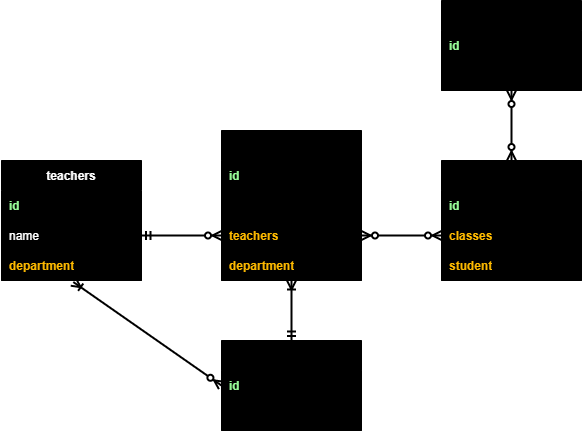
Above: Week_8/sqool_activity/schema.drawio.png in justinthelaw/ussf-sdi (draw.io), before the change. Source tidied: cells renumbered, new cells last; positions are measured from the earlier drawing's top-left corner, leaving out a move shared by most shapes.
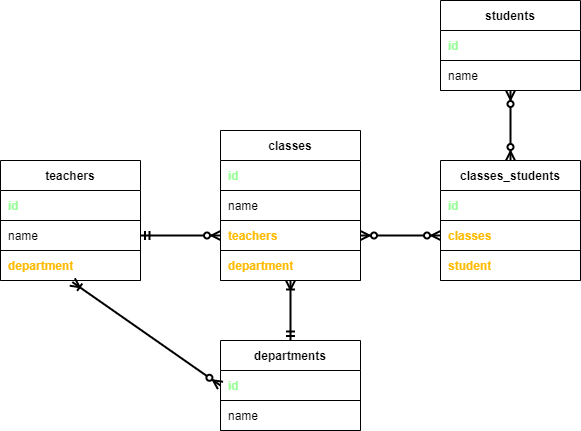
Later version of the same file.

Commit message:
Modified sqool schema

What changed in the source:
```diff
@@ -7,40 +7,40 @@
         <mxPoint x="540" y="90" as="sourcePoint" />
       </mxGeometry>
     </mxCell>
-    <mxCell id="3" value="departments" style="shape=table;html=1;whiteSpace=wrap;startSize=30;rowLines=0;fontStyle=1;align=center;fillColor=#000000;" parent="1" vertex="1">
+    <mxCell id="3" value="departments" style="shape=table;html=1;whiteSpace=wrap;startSize=30;rowLines=0;fontStyle=1;align=center;" parent="1" vertex="1">
       <mxGeometry x="250" y="340" width="140" height="90" as="geometry" />
     </mxCell>
     <mxCell id="4" style="shape=partialRectangle;html=1;whiteSpace=wrap;fillColor=none;top=0;left=0;bottom=1;right=0;points=[[0,0.5],[1,0.5]];portConstraint=eastwest;" parent="3" vertex="1">
       <mxGeometry y="30" width="140" height="30" as="geometry" />
     </mxCell>
-    <mxCell id="5" value="&lt;b&gt;id&lt;/b&gt;" style="shape=partialRectangle;html=1;whiteSpace=wrap;top=0;left=0;bottom=0;right=0;align=left;spacingLeft=6;overflow=hidden;fontColor=#99FF99;fillColor=#000000;strokeColor=#FFFFFF;" parent="4" vertex="1">
+    <mxCell id="5" value="&lt;b&gt;id&lt;/b&gt;" style="shape=partialRectangle;html=1;whiteSpace=wrap;fillColor=none;top=0;left=0;bottom=0;right=0;align=left;spacingLeft=6;overflow=hidden;fontColor=#99FF99;" parent="4" vertex="1">
       <mxGeometry width="140" height="30" as="geometry" />
     </mxCell>
     <mxCell id="6" style="shape=partialRectangle;html=1;whiteSpace=wrap;fillColor=none;top=0;left=0;bottom=1;right=0;" parent="3" vertex="1">
       <mxGeometry y="60" width="140" height="30" as="geometry" />
     </mxCell>
-    <mxCell id="7" value="name" style="shape=partialRectangle;html=1;whiteSpace=wrap;top=0;left=0;bottom=0;right=0;align=left;spacingLeft=6;overflow=hidden;fillColor=#000000;strokeColor=#FFFFFF;" parent="6" vertex="1">
+    <mxCell id="7" value="name" style="shape=partialRectangle;html=1;whiteSpace=wrap;fillColor=none;top=0;left=0;bottom=0;right=0;align=left;spacingLeft=6;overflow=hidden;" parent="6" vertex="1">
       <mxGeometry width="140" height="30" as="geometry" />
     </mxCell>
-    <mxCell id="8" value="&lt;font color=&quot;#ffffff&quot;&gt;teachers&lt;/font&gt;" style="shape=table;html=1;whiteSpace=wrap;startSize=30;rowLines=0;fontStyle=1;align=center;fillColor=#000000;swimlaneFillColor=#ffffff;" parent="1" vertex="1">
+    <mxCell id="8" value="teachers" style="shape=table;html=1;whiteSpace=wrap;startSize=30;rowLines=0;fontStyle=1;align=center;" parent="1" vertex="1">
       <mxGeometry x="30" y="160" width="140" height="120" as="geometry" />
     </mxCell>
     <mxCell id="9" style="shape=partialRectangle;html=1;whiteSpace=wrap;fillColor=none;top=0;left=0;bottom=1;right=0;" parent="8" vertex="1">
       <mxGeometry y="30" width="140" height="30" as="geometry" />
     </mxCell>
-    <mxCell id="10" value="&lt;b&gt;id&lt;/b&gt;" style="shape=partialRectangle;html=1;whiteSpace=wrap;top=0;left=0;bottom=0;right=0;align=left;spacingLeft=6;overflow=hidden;fontColor=#99FF99;fillColor=#000000;strokeColor=#FFFFFF;labelBorderColor=none;strokeWidth=3;" parent="9" vertex="1">
+    <mxCell id="10" value="&lt;b&gt;id&lt;/b&gt;" style="shape=partialRectangle;html=1;whiteSpace=wrap;fillColor=none;top=0;left=0;bottom=0;right=0;align=left;spacingLeft=6;overflow=hidden;fontColor=#99FF99;" parent="9" vertex="1">
       <mxGeometry width="140" height="30" as="geometry" />
     </mxCell>
     <mxCell id="11" style="shape=partialRectangle;html=1;whiteSpace=wrap;fillColor=none;top=0;left=0;bottom=1;right=0;points=[[0,0.5],[1,0.5]];portConstraint=eastwest;fontColor=#FFBB00;" parent="8" vertex="1">
       <mxGeometry y="60" width="140" height="30" as="geometry" />
     </mxCell>
-    <mxCell id="12" value="name" style="shape=partialRectangle;html=1;whiteSpace=wrap;top=0;left=0;bottom=0;right=0;align=left;spacingLeft=6;overflow=hidden;fillColor=#000000;strokeColor=#FFFFFF;labelBorderColor=none;strokeWidth=3;fontColor=#FFFFFF;" parent="11" vertex="1">
+    <mxCell id="12" value="name" style="shape=partialRectangle;html=1;whiteSpace=wrap;fillColor=none;top=0;left=0;bottom=0;right=0;align=left;spacingLeft=6;overflow=hidden;" parent="11" vertex="1">
       <mxGeometry width="140" height="30" as="geometry" />
     </mxCell>
     <mxCell id="13" style="shape=partialRectangle;html=1;whiteSpace=wrap;fillColor=none;top=0;left=0;bottom=1;right=0;points=[[0,0.5],[1,0.5]];portConstraint=eastwest;" parent="8" vertex="1">
       <mxGeometry y="90" width="140" height="30" as="geometry" />
     </mxCell>
-    <mxCell id="14" value="&lt;b&gt;&lt;font color=&quot;#ffbb00&quot;&gt;department&lt;/font&gt;&lt;/b&gt;" style="shape=partialRectangle;html=1;whiteSpace=wrap;top=0;left=0;bottom=0;right=0;align=left;spacingLeft=6;overflow=hidden;fillColor=#000000;strokeColor=#FFFFFF;labelBorderColor=none;strokeWidth=3;" parent="13" vertex="1">
+    <mxCell id="14" value="&lt;b&gt;&lt;font color=&quot;#ffbb00&quot;&gt;department&lt;/font&gt;&lt;/b&gt;" style="shape=partialRectangle;html=1;whiteSpace=wrap;fillColor=none;top=0;left=0;bottom=0;right=0;align=left;spacingLeft=6;overflow=hidden;" parent="13" vertex="1">
       <mxGeometry width="140" height="30" as="geometry" />
     </mxCell>
     <mxCell id="15" style="endArrow=ERoneToMany;html=1;startArrow=ERzeroToMany;startFill=1;endFill=0;jumpSize=7;strokeWidth=2;exitX=0;exitY=0.5;exitDx=0;exitDy=0;entryX=0.513;entryY=1.051;entryDx=0;entryDy=0;entryPerimeter=0;" parent="1" edge="1" source="4" target="13">
@@ -51,67 +51,67 @@
         <mxPoint y="280" as="sourcePoint" />
       </mxGeometry>
     </mxCell>
-    <mxCell id="17" value="classes" style="shape=table;html=1;whiteSpace=wrap;startSize=30;rowLines=0;fontStyle=1;align=center;fillColor=#000000;" parent="1" vertex="1">
+    <mxCell id="17" value="classes" style="shape=table;html=1;whiteSpace=wrap;startSize=30;rowLines=0;fontStyle=1;align=center;" parent="1" vertex="1">
       <mxGeometry x="250" y="130" width="140" height="150" as="geometry" />
     </mxCell>
     <mxCell id="18" style="shape=partialRectangle;html=1;whiteSpace=wrap;fillColor=none;top=0;left=0;bottom=1;right=0;" parent="17" vertex="1">
       <mxGeometry y="30" width="140" height="30" as="geometry" />
     </mxCell>
-    <mxCell id="19" value="&lt;b&gt;id&lt;/b&gt;" style="shape=partialRectangle;html=1;whiteSpace=wrap;top=0;left=0;bottom=0;right=0;align=left;spacingLeft=6;overflow=hidden;fontColor=#99FF99;fillColor=#000000;" parent="18" vertex="1">
+    <mxCell id="19" value="&lt;b&gt;id&lt;/b&gt;" style="shape=partialRectangle;html=1;whiteSpace=wrap;fillColor=none;top=0;left=0;bottom=0;right=0;align=left;spacingLeft=6;overflow=hidden;fontColor=#99FF99;" parent="18" vertex="1">
       <mxGeometry width="140" height="30" as="geometry" />
     </mxCell>
     <mxCell id="20" style="shape=partialRectangle;html=1;whiteSpace=wrap;fillColor=none;top=0;left=0;bottom=1;right=0;" parent="17" vertex="1">
       <mxGeometry y="60" width="140" height="30" as="geometry" />
     </mxCell>
-    <mxCell id="21" value="name" style="shape=partialRectangle;html=1;whiteSpace=wrap;top=0;left=0;bottom=0;right=0;align=left;spacingLeft=6;overflow=hidden;fillColor=#000000;" parent="20" vertex="1">
+    <mxCell id="21" value="name" style="shape=partialRectangle;html=1;whiteSpace=wrap;fillColor=none;top=0;left=0;bottom=0;right=0;align=left;spacingLeft=6;overflow=hidden;" parent="20" vertex="1">
       <mxGeometry width="140" height="30" as="geometry" />
     </mxCell>
     <mxCell id="22" style="shape=partialRectangle;html=1;whiteSpace=wrap;fillColor=none;top=0;left=0;bottom=1;right=0;points=[[0,0.5],[1,0.5]];portConstraint=eastwest;" parent="17" vertex="1">
       <mxGeometry y="90" width="140" height="30" as="geometry" />
     </mxCell>
-    <mxCell id="23" value="&lt;b&gt;&lt;font color=&quot;#ffbb00&quot;&gt;teachers&lt;/font&gt;&lt;/b&gt;" style="shape=partialRectangle;html=1;whiteSpace=wrap;top=0;left=0;bottom=0;right=0;align=left;spacingLeft=6;overflow=hidden;fillColor=#000000;" parent="22" vertex="1">
+    <mxCell id="23" value="&lt;b&gt;&lt;font color=&quot;#ffbb00&quot;&gt;teachers&lt;/font&gt;&lt;/b&gt;" style="shape=partialRectangle;html=1;whiteSpace=wrap;fillColor=none;top=0;left=0;bottom=0;right=0;align=left;spacingLeft=6;overflow=hidden;" parent="22" vertex="1">
       <mxGeometry width="140" height="30" as="geometry" />
     </mxCell>
     <mxCell id="24" style="shape=partialRectangle;html=1;whiteSpace=wrap;fillColor=none;top=0;left=0;bottom=1;right=0;" parent="17" vertex="1">
       <mxGeometry y="120" width="140" height="30" as="geometry" />
     </mxCell>
-    <mxCell id="25" value="&lt;b&gt;&lt;font color=&quot;#ffbb00&quot;&gt;department&lt;/font&gt;&lt;/b&gt;" style="shape=partialRectangle;html=1;whiteSpace=wrap;top=0;left=0;bottom=0;right=0;align=left;spacingLeft=6;overflow=hidden;fillColor=#000000;" parent="24" vertex="1">
+    <mxCell id="25" value="&lt;b&gt;&lt;font color=&quot;#ffbb00&quot;&gt;department&lt;/font&gt;&lt;/b&gt;" style="shape=partialRectangle;html=1;whiteSpace=wrap;fillColor=none;top=0;left=0;bottom=0;right=0;align=left;spacingLeft=6;overflow=hidden;" parent="24" vertex="1">
       <mxGeometry width="140" height="30" as="geometry" />
     </mxCell>
-    <mxCell id="26" value="students" style="shape=table;html=1;whiteSpace=wrap;startSize=30;rowLines=0;fontStyle=1;align=center;fillColor=#000000;" parent="1" vertex="1">
+    <mxCell id="26" value="students" style="shape=table;html=1;whiteSpace=wrap;startSize=30;rowLines=0;fontStyle=1;align=center;" parent="1" vertex="1">
       <mxGeometry x="470" width="140" height="90" as="geometry" />
     </mxCell>
     <mxCell id="27" style="shape=partialRectangle;html=1;whiteSpace=wrap;fillColor=none;top=0;left=0;bottom=1;right=0;" parent="26" vertex="1">
       <mxGeometry y="30" width="140" height="30" as="geometry" />
     </mxCell>
-    <mxCell id="28" value="&lt;b&gt;&lt;font color=&quot;#99ff99&quot;&gt;id&lt;/font&gt;&lt;/b&gt;" style="shape=partialRectangle;html=1;whiteSpace=wrap;top=0;left=0;bottom=0;right=0;align=left;spacingLeft=6;overflow=hidden;strokeColor=#FFFFFF;fillColor=#000000;" parent="27" vertex="1">
+    <mxCell id="28" value="&lt;b&gt;&lt;font color=&quot;#99ff99&quot;&gt;id&lt;/font&gt;&lt;/b&gt;" style="shape=partialRectangle;html=1;whiteSpace=wrap;fillColor=none;top=0;left=0;bottom=0;right=0;align=left;spacingLeft=6;overflow=hidden;" parent="27" vertex="1">
       <mxGeometry width="140" height="30" as="geometry" />
     </mxCell>
     <mxCell id="29" style="shape=partialRectangle;html=1;whiteSpace=wrap;fillColor=none;top=0;left=0;bottom=1;right=0;" parent="26" vertex="1">
       <mxGeometry y="60" width="140" height="30" as="geometry" />
     </mxCell>
-    <mxCell id="30" value="name" style="shape=partialRectangle;html=1;whiteSpace=wrap;top=0;left=0;bottom=0;right=0;align=left;spacingLeft=6;overflow=hidden;strokeColor=#FFFFFF;fillColor=#000000;" parent="29" vertex="1">
+    <mxCell id="30" value="name" style="shape=partialRectangle;html=1;whiteSpace=wrap;fillColor=none;top=0;left=0;bottom=0;right=0;align=left;spacingLeft=6;overflow=hidden;" parent="29" vertex="1">
       <mxGeometry width="140" height="30" as="geometry" />
     </mxCell>
-    <mxCell id="31" value="classes_students" style="shape=table;html=1;whiteSpace=wrap;startSize=30;rowLines=0;fontStyle=1;align=center;fillColor=#000000;strokeWidth=1;" parent="1" vertex="1">
+    <mxCell id="31" value="classes_students" style="shape=table;html=1;whiteSpace=wrap;startSize=30;rowLines=0;fontStyle=1;align=center;" parent="1" vertex="1">
       <mxGeometry x="470" y="160" width="140" height="120" as="geometry" />
     </mxCell>
     <mxCell id="32" style="shape=partialRectangle;html=1;whiteSpace=wrap;fillColor=none;top=0;left=0;bottom=1;right=0;" parent="31" vertex="1">
       <mxGeometry y="30" width="140" height="30" as="geometry" />
     </mxCell>
-    <mxCell id="33" value="&lt;b&gt;id&lt;/b&gt;" style="shape=partialRectangle;html=1;whiteSpace=wrap;top=0;left=0;bottom=0;right=0;align=left;spacingLeft=6;overflow=hidden;fontColor=#99FF99;fillColor=#000000;strokeWidth=1;" parent="32" vertex="1">
+    <mxCell id="33" value="&lt;b&gt;id&lt;/b&gt;" style="shape=partialRectangle;html=1;whiteSpace=wrap;fillColor=none;top=0;left=0;bottom=0;right=0;align=left;spacingLeft=6;overflow=hidden;fontColor=#99FF99;" parent="32" vertex="1">
       <mxGeometry width="140" height="30" as="geometry" />
     </mxCell>
     <mxCell id="34" style="shape=partialRectangle;html=1;whiteSpace=wrap;fillColor=none;top=0;left=0;bottom=1;right=0;points=[[0,0.5],[1,0.5]];portConstraint=eastwest;" parent="31" vertex="1">
       <mxGeometry y="60" width="140" height="30" as="geometry" />
     </mxCell>
-    <mxCell id="35" value="&lt;b&gt;&lt;font color=&quot;#ffbb00&quot;&gt;classes&lt;/font&gt;&lt;/b&gt;" style="shape=partialRectangle;html=1;whiteSpace=wrap;top=0;left=0;bottom=0;right=0;align=left;spacingLeft=6;overflow=hidden;fillColor=#000000;" parent="34" vertex="1">
+    <mxCell id="35" value="&lt;b&gt;&lt;font color=&quot;#ffbb00&quot;&gt;classes&lt;/font&gt;&lt;/b&gt;" style="shape=partialRectangle;html=1;whiteSpace=wrap;fillColor=none;top=0;left=0;bottom=0;right=0;align=left;spacingLeft=6;overflow=hidden;" parent="34" vertex="1">
       <mxGeometry width="140" height="30" as="geometry" />
     </mxCell>
     <mxCell id="36" style="shape=partialRectangle;html=1;whiteSpace=wrap;fillColor=none;top=0;left=0;bottom=1;right=0;" parent="31" vertex="1">
       <mxGeometry y="90" width="140" height="30" as="geometry" />
     </mxCell>
-    <mxCell id="37" value="&lt;font color=&quot;#ffbb00&quot;&gt;&lt;b&gt;student&lt;/b&gt;&lt;/font&gt;" style="shape=partialRectangle;html=1;whiteSpace=wrap;top=0;left=0;bottom=0;right=0;align=left;spacingLeft=6;overflow=hidden;fillColor=#000000;" parent="36" vertex="1">
+    <mxCell id="37" value="&lt;font color=&quot;#ffbb00&quot;&gt;&lt;b&gt;student&lt;/b&gt;&lt;/font&gt;" style="shape=partialRectangle;html=1;whiteSpace=wrap;fillColor=none;top=0;left=0;bottom=0;right=0;align=left;spacingLeft=6;overflow=hidden;" parent="36" vertex="1">
       <mxGeometry width="140" height="30" as="geometry" />
     </mxCell>
     <mxCell id="38" style="endArrow=ERoneToMany;html=1;startArrow=ERmandOne;startFill=0;endFill=0;jumpSize=7;strokeWidth=2;exitX=0.5;exitY=0;exitDx=0;exitDy=0;" parent="1" edge="1" source="3">
```
